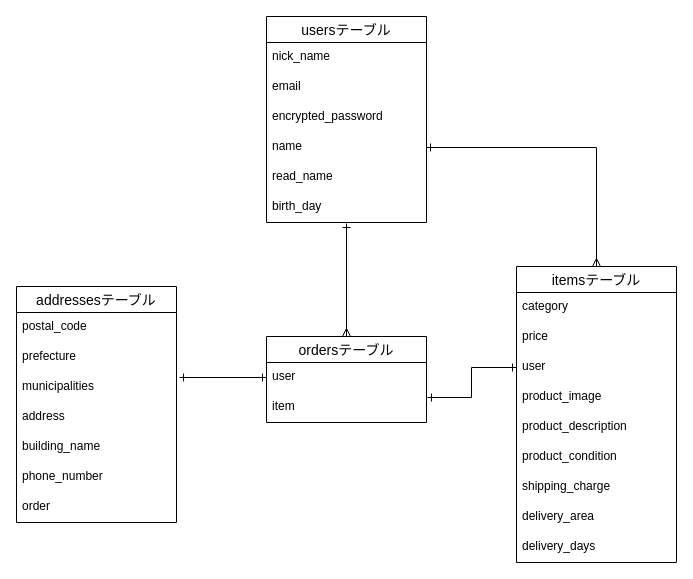
This is test.dio from yushi777/furima-38621, a draw.io file, before an edit. Source tidied: cells renumbered, new cells numbered last; positions are measured from the earlier drawing's top-left corner, leaving out a move shared by most shapes. Both pictures are drawn from the tidied source at 100%, with x=0, y=0 at pixel (16, 16).
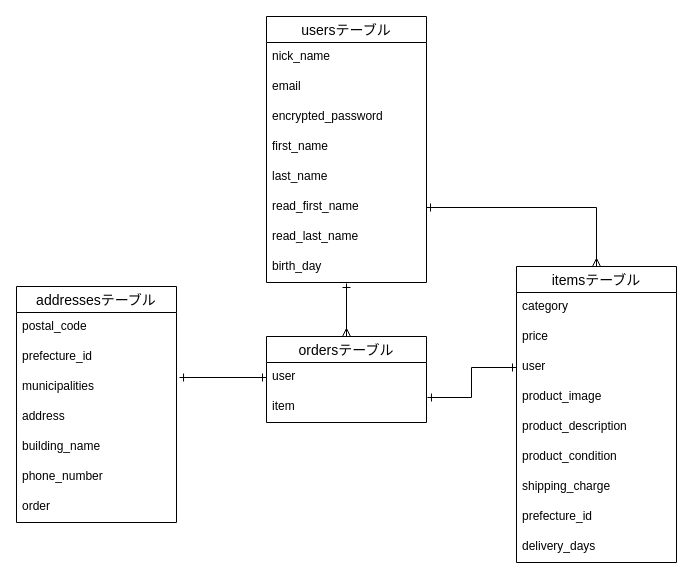
The same diagram, later.

Commit message (it also covers changes not shown here):
データベース設計の修正

The change refers to these unchanged cells:
```xml
<mxCell id="9" value="itemsテーブル" style="swimlane;fontStyle=0;horizontal=1;startSize=26;align=center;fontSize=14;" parent="1" vertex="1">
  <mxGeometry x="500" y="250" width="160" height="296" as="geometry" />
</mxCell>
<mxCell id="23" value="addressesテーブル" style="swimlane;fontStyle=0;horizontal=1;startSize=26;align=center;fontSize=14;" parent="1" vertex="1">
  <mxGeometry y="270" width="160" height="236" as="geometry" />
</mxCell>
```

What changed in the source:
```diff
@@
     <mxCell id="2" value="usersテーブル" style="swimlane;fontStyle=0;horizontal=1;startSize=26;align=center;fontSize=14;" parent="1" vertex="1">
-      <mxGeometry x="250" width="160" height="206" as="geometry" />
+      <mxGeometry x="250" width="160" height="266" as="geometry" />
     </mxCell>
@@
+    <mxCell id="34" value="first_name" style="text;strokeColor=none;fillColor=none;spacingLeft=4;spacingRight=4;overflow=hidden;fontSize=12;" parent="2" vertex="1">
+      <mxGeometry y="116" width="160" height="30" as="geometry" />
+    </mxCell>
+    <mxCell id="35" value="last_name" style="text;strokeColor=none;fillColor=none;spacingLeft=4;spacingRight=4;overflow=hidden;fontSize=12;" parent="2" vertex="1">
+      <mxGeometry y="146" width="160" height="30" as="geometry" />
+    </mxCell>
-    <mxCell id="6" value="name" style="text;strokeColor=none;fillColor=none;spacingLeft=4;spacingRight=4;overflow=hidden;points=[[0,0.5],[1,0.5]];portConstraint=eastwest;fontSize=12;" parent="2" vertex="1">
-      <mxGeometry y="116" width="160" height="30" as="geometry" />
+    <mxCell id="6" value="read_first_name" style="text;strokeColor=none;fillColor=none;spacingLeft=4;spacingRight=4;overflow=hidden;points=[[0,0.5],[1,0.5]];portConstraint=eastwest;fontSize=12;" parent="2" vertex="1">
+      <mxGeometry y="176" width="160" height="30" as="geometry" />
     </mxCell>
-    <mxCell id="7" value="read_name" style="text;strokeColor=none;fillColor=none;spacingLeft=4;spacingRight=4;overflow=hidden;fontSize=12;" parent="2" vertex="1">
-      <mxGeometry y="146" width="160" height="30" as="geometry" />
+    <mxCell id="7" value="read_last_name" style="text;strokeColor=none;fillColor=none;spacingLeft=4;spacingRight=4;overflow=hidden;fontSize=12;" parent="2" vertex="1">
+      <mxGeometry y="206" width="160" height="30" as="geometry" />
     </mxCell>
     <mxCell id="8" value="birth_day" style="text;strokeColor=none;fillColor=none;spacingLeft=4;spacingRight=4;overflow=hidden;points=[[0,0.5],[1,0.5]];portConstraint=eastwest;fontSize=12;" parent="2" vertex="1">
-      <mxGeometry y="176" width="160" height="30" as="geometry" />
+      <mxGeometry y="236" width="160" height="30" as="geometry" />
     </mxCell>
@@
-    <mxCell id="17" value="delivery_area" style="text;strokeColor=none;fillColor=none;spacingLeft=4;spacingRight=4;overflow=hidden;fontSize=12;" parent="9" vertex="1">
+    <mxCell id="17" value="prefecture_id" style="text;strokeColor=none;fillColor=none;spacingLeft=4;spacingRight=4;overflow=hidden;fontSize=12;" parent="9" vertex="1">
       <mxGeometry y="236" width="160" height="30" as="geometry" />
     </mxCell>
@@
-    <mxCell id="25" value="prefecture" style="text;strokeColor=none;fillColor=none;spacingLeft=4;spacingRight=4;overflow=hidden;fontSize=12;" parent="23" vertex="1">
+    <mxCell id="25" value="prefecture_id" style="text;strokeColor=none;fillColor=none;spacingLeft=4;spacingRight=4;overflow=hidden;fontSize=12;" parent="23" vertex="1">
       <mxGeometry y="56" width="160" height="30" as="geometry" />
     </mxCell>
```
